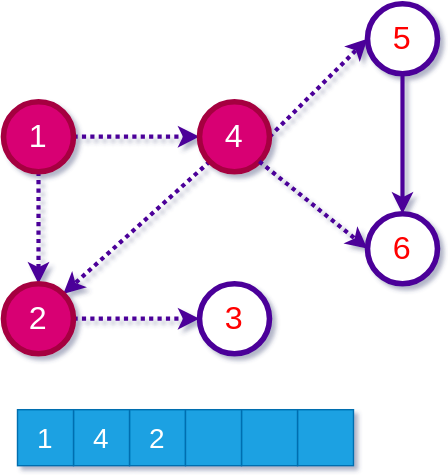
The draw.io diagram docs/week-10/assets/ce100-week-10-graphs-topological-topo-bfs-3.drawio.svg in ucoruh/ce100-algorithms-and-programming-II, before a commit. Source tidied: cells renumbered, new cells last; positions are measured from the earlier drawing's top-left corner, leaving out a move shared by most shapes.
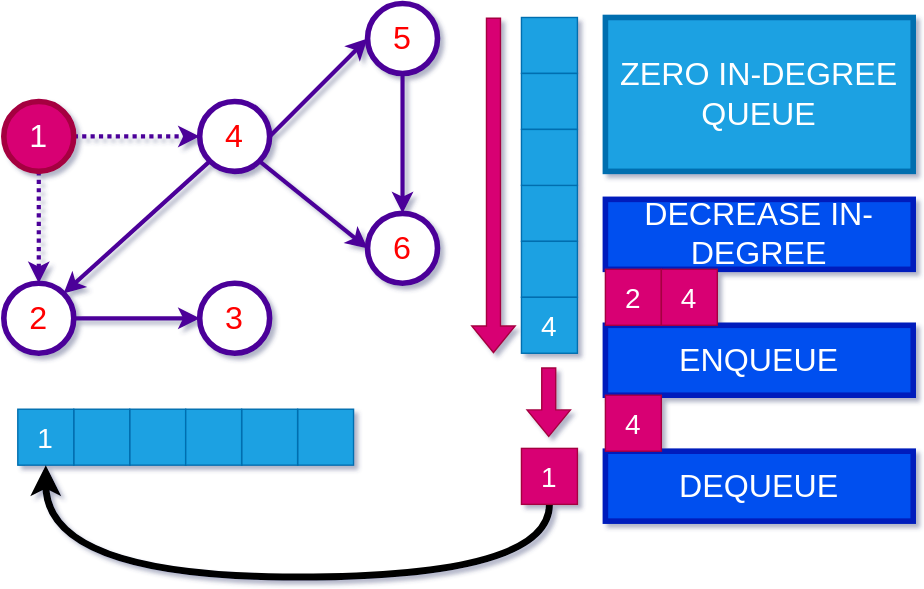
The same diagram one commit later.

Diff of the diagram source:
```diff
@@ -1,63 +1,125 @@
 <mxGraphModel>
   <root>
-    <mxCell id="0" />
-    <mxCell id="1" parent="0" />
-    <mxCell id="2" style="edgeStyle=none;shape=connector;rounded=0;jettySize=auto;html=1;exitX=0.5;exitY=1;exitDx=0;exitDy=0;entryX=0.5;entryY=0;entryDx=0;entryDy=0;labelBackgroundColor=default;fontFamily=Helvetica;fontSize=23;fontColor=#FF0000;endArrow=classic;endFill=1;strokeColor=#4C0099;strokeWidth=3;dashed=1;dashPattern=1 1;" parent="1" edge="1" source="4" target="12">
-      <mxGeometry relative="1" as="geometry" />
-    </mxCell>
-    <mxCell id="3" style="edgeStyle=none;shape=connector;rounded=0;jettySize=auto;html=1;exitX=1;exitY=0.5;exitDx=0;exitDy=0;labelBackgroundColor=default;fontFamily=Helvetica;fontSize=23;fontColor=#FF0000;endArrow=classic;endFill=1;strokeColor=#4C0099;strokeWidth=3;dashed=1;dashPattern=1 1;" parent="1" edge="1" source="4" target="7">
-      <mxGeometry relative="1" as="geometry" />
-    </mxCell>
+    <mxCell id="21" />
+    <mxCell id="22" parent="21" />
+    <mxCell id="23" style="edgeStyle=none;shape=connector;rounded=0;jettySize=auto;html=1;exitX=0.5;exitY=1;exitDx=0;exitDy=0;entryX=0.5;entryY=0;entryDx=0;entryDy=0;labelBackgroundColor=default;fontFamily=Helvetica;fontSize=23;fontColor=#FF0000;endArrow=classic;endFill=1;strokeColor=#4C0099;strokeWidth=3;dashed=1;dashPattern=1 1;" parent="22" edge="1" source="4" target="30">
+      <mxGeometry relative="1" as="geometry" />
+    </mxCell>
+    <mxCell id="24" style="edgeStyle=none;shape=connector;rounded=0;jettySize=auto;html=1;exitX=1;exitY=0.5;exitDx=0;exitDy=0;labelBackgroundColor=default;fontFamily=Helvetica;fontSize=23;fontColor=#FF0000;endArrow=classic;endFill=1;strokeColor=#4C0099;strokeWidth=3;dashed=1;dashPattern=1 1;" parent="22" edge="1" source="4" target="27">
+      <mxGeometry relative="1" as="geometry" />
+    </mxCell>
-    <mxCell id="4" value="1" style="ellipse;whiteSpace=wrap;html=1;fontSize=23;fontColor=#ffffff;strokeColor=#A50040;strokeWidth=4;fillColor=#d80073;" parent="1" vertex="1">
+    <mxCell id="4" value="1" style="ellipse;whiteSpace=wrap;html=1;fontSize=23;fontColor=#ffffff;strokeColor=#A50040;strokeWidth=4;fillColor=#d80073;" parent="22" vertex="1">
       <mxGeometry y="70" width="50" height="50" as="geometry" />
     </mxCell>
-    <mxCell id="5" style="edgeStyle=none;shape=connector;rounded=0;jettySize=auto;html=1;exitX=1;exitY=0.5;exitDx=0;exitDy=0;entryX=0;entryY=0.5;entryDx=0;entryDy=0;labelBackgroundColor=default;fontFamily=Helvetica;fontSize=23;fontColor=#FF0000;endArrow=classic;endFill=1;strokeColor=#4C0099;strokeWidth=3;dashed=1;dashPattern=1 1;" parent="1" edge="1" source="7" target="14">
-      <mxGeometry relative="1" as="geometry" />
-    </mxCell>
-    <mxCell id="6" style="rounded=0;jettySize=auto;html=1;exitX=0;exitY=1;exitDx=0;exitDy=0;entryX=1;entryY=0;entryDx=0;entryDy=0;fontSize=23;strokeColor=#4C0099;fontColor=#FF0000;endFill=1;strokeWidth=3;dashed=1;dashPattern=1 1;" parent="1" edge="1" source="7" target="12">
-      <mxGeometry relative="1" as="geometry" />
-    </mxCell>
-    <mxCell id="7" value="4" style="ellipse;whiteSpace=wrap;html=1;fontSize=23;fontColor=#ffffff;strokeColor=#A50040;strokeWidth=4;fillColor=#d80073;" parent="1" vertex="1">
-      <mxGeometry x="140" y="70" width="50" height="50" as="geometry" />
-    </mxCell>
+    <mxCell id="25" style="edgeStyle=none;shape=connector;rounded=0;jettySize=auto;html=1;exitX=1;exitY=0.5;exitDx=0;exitDy=0;entryX=0;entryY=0.5;entryDx=0;entryDy=0;labelBackgroundColor=default;fontFamily=Helvetica;fontSize=23;fontColor=#FF0000;endArrow=classic;endFill=1;strokeColor=#4C0099;strokeWidth=3;" parent="22" edge="1" source="27" target="14">
+      <mxGeometry relative="1" as="geometry" />
+    </mxCell>
+    <mxCell id="26" style="rounded=0;jettySize=auto;html=1;exitX=0;exitY=1;exitDx=0;exitDy=0;entryX=1;entryY=0;entryDx=0;entryDy=0;fontSize=23;strokeColor=#4C0099;fontColor=#FF0000;endFill=1;strokeWidth=3;" parent="22" edge="1" source="27" target="30">
+      <mxGeometry relative="1" as="geometry" />
+    </mxCell>
+    <mxCell id="27" value="4" style="ellipse;whiteSpace=wrap;html=1;fontSize=23;fontColor=#FF0000;strokeColor=#4C0099;strokeWidth=4;" parent="22" vertex="1">
+      <mxGeometry x="140" y="70" width="50" height="50" as="geometry" />
+    </mxCell>
-    <mxCell id="8" value="6" style="ellipse;whiteSpace=wrap;html=1;fontSize=23;fontColor=#FF0000;strokeColor=#4C0099;strokeWidth=4;" parent="1" vertex="1">
+    <mxCell id="8" value="6" style="ellipse;whiteSpace=wrap;html=1;fontSize=23;fontColor=#FF0000;strokeColor=#4C0099;strokeWidth=4;" parent="22" vertex="1">
       <mxGeometry x="260" y="150" width="50" height="50" as="geometry" />
     </mxCell>
-    <mxCell id="9" style="edgeStyle=none;shape=connector;rounded=0;jettySize=auto;html=1;exitX=1;exitY=1;exitDx=0;exitDy=0;entryX=0;entryY=0.5;entryDx=0;entryDy=0;labelBackgroundColor=default;fontFamily=Helvetica;fontSize=23;fontColor=#FF0000;endArrow=classic;endFill=1;strokeColor=#4C0099;strokeWidth=3;dashed=1;dashPattern=1 1;" parent="1" edge="1" source="7" target="8">
-      <mxGeometry relative="1" as="geometry" />
-    </mxCell>
+    <mxCell id="28" style="edgeStyle=none;shape=connector;rounded=0;jettySize=auto;html=1;exitX=1;exitY=1;exitDx=0;exitDy=0;entryX=0;entryY=0.5;entryDx=0;entryDy=0;labelBackgroundColor=default;fontFamily=Helvetica;fontSize=23;fontColor=#FF0000;endArrow=classic;endFill=1;strokeColor=#4C0099;strokeWidth=3;" parent="22" edge="1" source="27" target="8">
+      <mxGeometry relative="1" as="geometry" />
+    </mxCell>
-    <mxCell id="10" value="3" style="ellipse;whiteSpace=wrap;html=1;fontSize=23;fontColor=#FF0000;strokeColor=#4C0099;strokeWidth=4;" parent="1" vertex="1">
+    <mxCell id="10" value="3" style="ellipse;whiteSpace=wrap;html=1;fontSize=23;fontColor=#FF0000;strokeColor=#4C0099;strokeWidth=4;" parent="22" vertex="1">
       <mxGeometry x="140" y="200" width="50" height="50" as="geometry" />
     </mxCell>
-    <mxCell id="11" style="edgeStyle=none;shape=connector;rounded=0;jettySize=auto;html=1;exitX=1;exitY=0.5;exitDx=0;exitDy=0;labelBackgroundColor=default;fontFamily=Helvetica;fontSize=23;fontColor=#FF0000;endArrow=classic;endFill=1;strokeColor=#4C0099;strokeWidth=3;dashed=1;dashPattern=1 1;" parent="1" edge="1" source="12" target="10">
-      <mxGeometry relative="1" as="geometry" />
-    </mxCell>
-    <mxCell id="12" value="2" style="ellipse;whiteSpace=wrap;html=1;fontSize=23;fontColor=#ffffff;strokeColor=#A50040;strokeWidth=4;fillColor=#d80073;" parent="1" vertex="1">
-      <mxGeometry y="200" width="50" height="50" as="geometry" />
-    </mxCell>
+    <mxCell id="29" style="edgeStyle=none;shape=connector;rounded=0;jettySize=auto;html=1;exitX=1;exitY=0.5;exitDx=0;exitDy=0;labelBackgroundColor=default;fontFamily=Helvetica;fontSize=23;fontColor=#FF0000;endArrow=classic;endFill=1;strokeColor=#4C0099;strokeWidth=3;" parent="22" edge="1" source="30" target="10">
+      <mxGeometry relative="1" as="geometry" />
+    </mxCell>
+    <mxCell id="30" value="2" style="ellipse;whiteSpace=wrap;html=1;fontSize=23;fontColor=#FF0000;strokeColor=#4C0099;strokeWidth=4;" parent="22" vertex="1">
+      <mxGeometry y="200" width="50" height="50" as="geometry" />
+    </mxCell>
-    <mxCell id="13" style="edgeStyle=orthogonalEdgeStyle;rounded=0;jettySize=auto;html=1;exitX=0.5;exitY=1;exitDx=0;exitDy=0;fontSize=23;strokeColor=#4C0099;fontColor=#FF0000;endFill=1;strokeWidth=3;" parent="1" edge="1" source="14" target="8">
+    <mxCell id="13" style="edgeStyle=orthogonalEdgeStyle;rounded=0;jettySize=auto;html=1;exitX=0.5;exitY=1;exitDx=0;exitDy=0;fontSize=23;strokeColor=#4C0099;fontColor=#FF0000;endFill=1;strokeWidth=3;" parent="22" edge="1" source="14" target="8">
       <mxGeometry relative="1" as="geometry" />
     </mxCell>
-    <mxCell id="14" value="5" style="ellipse;whiteSpace=wrap;html=1;fontSize=23;fontColor=#FF0000;strokeColor=#4C0099;strokeWidth=4;" parent="1" vertex="1">
+    <mxCell id="14" value="5" style="ellipse;whiteSpace=wrap;html=1;fontSize=23;fontColor=#FF0000;strokeColor=#4C0099;strokeWidth=4;" parent="22" vertex="1">
       <mxGeometry x="260" width="50" height="50" as="geometry" />
     </mxCell>
-    <mxCell id="15" value="2" style="rounded=0;whiteSpace=wrap;html=1;fillColor=#1ba1e2;fontColor=#ffffff;strokeColor=#006EAF;fontSize=20;" parent="1" vertex="1">
-      <mxGeometry x="90" y="290" width="40" height="40" as="geometry" />
-    </mxCell>
-    <mxCell id="16" value="4" style="rounded=0;whiteSpace=wrap;html=1;fillColor=#1ba1e2;fontColor=#ffffff;strokeColor=#006EAF;fontSize=20;" parent="1" vertex="1">
-      <mxGeometry x="50" y="290" width="40" height="40" as="geometry" />
-    </mxCell>
+    <mxCell id="31" style="rounded=0;whiteSpace=wrap;html=1;fillColor=#1ba1e2;fontColor=#ffffff;strokeColor=#006EAF;fontSize=20;" parent="22" vertex="1">
+      <mxGeometry x="90" y="290" width="40" height="40" as="geometry" />
+    </mxCell>
+    <mxCell id="32" style="rounded=0;whiteSpace=wrap;html=1;fillColor=#1ba1e2;fontColor=#ffffff;strokeColor=#006EAF;fontSize=20;" parent="22" vertex="1">
+      <mxGeometry x="50" y="290" width="40" height="40" as="geometry" />
+    </mxCell>
-    <mxCell id="17" value="1" style="rounded=0;whiteSpace=wrap;html=1;fillColor=#1ba1e2;fontColor=#ffffff;strokeColor=#006EAF;fontSize=20;" parent="1" vertex="1">
+    <mxCell id="17" value="1" style="rounded=0;whiteSpace=wrap;html=1;fillColor=#1ba1e2;fontColor=#ffffff;strokeColor=#006EAF;fontSize=20;" parent="22" vertex="1">
       <mxGeometry x="10" y="290" width="40" height="40" as="geometry" />
     </mxCell>
-    <mxCell id="18" style="rounded=0;whiteSpace=wrap;html=1;fillColor=#1ba1e2;fontColor=#ffffff;strokeColor=#006EAF;fontSize=20;" parent="1" vertex="1">
+    <mxCell id="18" style="rounded=0;whiteSpace=wrap;html=1;fillColor=#1ba1e2;fontColor=#ffffff;strokeColor=#006EAF;fontSize=20;" parent="22" vertex="1">
       <mxGeometry x="210" y="290" width="40" height="40" as="geometry" />
     </mxCell>
-    <mxCell id="19" style="rounded=0;whiteSpace=wrap;html=1;fillColor=#1ba1e2;fontColor=#ffffff;strokeColor=#006EAF;fontSize=20;" parent="1" vertex="1">
+    <mxCell id="19" style="rounded=0;whiteSpace=wrap;html=1;fillColor=#1ba1e2;fontColor=#ffffff;strokeColor=#006EAF;fontSize=20;" parent="22" vertex="1">
       <mxGeometry x="170" y="290" width="40" height="40" as="geometry" />
     </mxCell>
-    <mxCell id="20" style="rounded=0;whiteSpace=wrap;html=1;fillColor=#1ba1e2;fontColor=#ffffff;strokeColor=#006EAF;fontSize=20;" parent="1" vertex="1">
+    <mxCell id="20" style="rounded=0;whiteSpace=wrap;html=1;fillColor=#1ba1e2;fontColor=#ffffff;strokeColor=#006EAF;fontSize=20;" parent="22" vertex="1">
       <mxGeometry x="130" y="290" width="40" height="40" as="geometry" />
     </mxCell>
+    <mxCell id="33" value="ZERO IN-DEGREE QUEUE" style="text;html=1;strokeColor=#006EAF;fillColor=#1ba1e2;align=center;verticalAlign=middle;whiteSpace=wrap;rounded=0;fontColor=#ffffff;fontSize=23;strokeWidth=4;" parent="22" vertex="1">
+      <mxGeometry x="430" y="10" width="220" height="110" as="geometry" />
+    </mxCell>
+    <mxCell id="34" style="rounded=0;whiteSpace=wrap;html=1;fillColor=#1ba1e2;fontColor=#ffffff;strokeColor=#006EAF;fontSize=20;" parent="22" vertex="1">
+      <mxGeometry x="370" y="130" width="40" height="40" as="geometry" />
+    </mxCell>
+    <mxCell id="35" style="rounded=0;whiteSpace=wrap;html=1;fillColor=#1ba1e2;fontColor=#ffffff;strokeColor=#006EAF;fontSize=20;" parent="22" vertex="1">
+      <mxGeometry x="370" y="170" width="40" height="40" as="geometry" />
+    </mxCell>
+    <mxCell id="16" value="4" style="rounded=0;whiteSpace=wrap;html=1;fillColor=#1ba1e2;fontColor=#ffffff;strokeColor=#006EAF;fontSize=20;" parent="22" vertex="1">
+      <mxGeometry x="370" y="210" width="40" height="40" as="geometry" />
+    </mxCell>
+    <mxCell id="36" style="rounded=0;whiteSpace=wrap;html=1;fillColor=#1ba1e2;fontColor=#ffffff;strokeColor=#006EAF;fontSize=20;" parent="22" vertex="1">
+      <mxGeometry x="370" y="10" width="40" height="40" as="geometry" />
+    </mxCell>
+    <mxCell id="37" style="rounded=0;whiteSpace=wrap;html=1;fillColor=#1ba1e2;fontColor=#ffffff;strokeColor=#006EAF;fontSize=20;" parent="22" vertex="1">
+      <mxGeometry x="370" y="50" width="40" height="40" as="geometry" />
+    </mxCell>
+    <mxCell id="38" style="rounded=0;whiteSpace=wrap;html=1;fillColor=#1ba1e2;fontColor=#ffffff;strokeColor=#006EAF;fontSize=20;" parent="22" vertex="1">
+      <mxGeometry x="370" y="90" width="40" height="40" as="geometry" />
+    </mxCell>
+    <mxCell id="39" style="shape=flexArrow;endArrow=classic;html=1;rounded=0;fillColor=#d80073;strokeColor=#A50040;" parent="22" edge="1">
+      <mxGeometry relative="1" as="geometry">
+        <mxPoint x="350" y="10" as="sourcePoint" />
+        <mxPoint x="350" y="250" as="targetPoint" />
+      </mxGeometry>
+    </mxCell>
+    <mxCell id="40" style="edgeStyle=orthogonalEdgeStyle;rounded=0;jettySize=auto;html=1;exitX=0.5;exitY=1;exitDx=0;exitDy=0;entryX=0.5;entryY=1;entryDx=0;entryDy=0;curved=1;strokeWidth=5;" parent="22" edge="1" source="41" target="17">
+      <mxGeometry relative="1" as="geometry">
+        <Array as="points">
+          <mxPoint x="390" y="410" />
+          <mxPoint x="30" y="410" />
+        </Array>
+      </mxGeometry>
+    </mxCell>
+    <mxCell id="41" value="1" style="rounded=0;whiteSpace=wrap;html=1;fillColor=#d80073;fontColor=#ffffff;strokeColor=#A50040;fontSize=20;" parent="22" vertex="1">
+      <mxGeometry x="370" y="318" width="40" height="40" as="geometry" />
+    </mxCell>
+    <mxCell id="42" style="shape=flexArrow;endArrow=classic;html=1;rounded=0;fillColor=#d80073;strokeColor=#A50040;" parent="22" edge="1">
+      <mxGeometry relative="1" as="geometry">
+        <mxPoint x="389.5" y="260" as="sourcePoint" />
+        <mxPoint x="389.5" y="310" as="targetPoint" />
+      </mxGeometry>
+    </mxCell>
+    <mxCell id="43" value="DECREASE IN-DEGREE" style="text;html=1;strokeColor=#001DBC;fillColor=#0050ef;align=center;verticalAlign=middle;whiteSpace=wrap;rounded=0;fontColor=#ffffff;fontSize=23;strokeWidth=4;" parent="22" vertex="1">
+      <mxGeometry x="430" y="140" width="220" height="50" as="geometry" />
+    </mxCell>
+    <mxCell id="44" value="ENQUEUE" style="text;html=1;strokeColor=#001DBC;fillColor=#0050ef;align=center;verticalAlign=middle;whiteSpace=wrap;rounded=0;fontColor=#ffffff;fontSize=23;strokeWidth=4;" parent="22" vertex="1">
+      <mxGeometry x="430" y="230" width="220" height="50" as="geometry" />
+    </mxCell>
+    <mxCell id="45" value="DEQUEUE" style="text;html=1;strokeColor=#001DBC;fillColor=#0050ef;align=center;verticalAlign=middle;whiteSpace=wrap;rounded=0;fontColor=#ffffff;fontSize=23;strokeWidth=4;" parent="22" vertex="1">
+      <mxGeometry x="430" y="320" width="220" height="50" as="geometry" />
+    </mxCell>
+    <mxCell id="46" value="2" style="rounded=0;whiteSpace=wrap;html=1;fillColor=#d80073;fontColor=#ffffff;strokeColor=#A50040;fontSize=20;" parent="22" vertex="1">
+      <mxGeometry x="430" y="190" width="40" height="40" as="geometry" />
+    </mxCell>
+    <mxCell id="47" value="4" style="rounded=0;whiteSpace=wrap;html=1;fillColor=#d80073;fontColor=#ffffff;strokeColor=#A50040;fontSize=20;" parent="22" vertex="1">
+      <mxGeometry x="470" y="190" width="40" height="40" as="geometry" />
+    </mxCell>
+    <mxCell id="48" value="4" style="rounded=0;whiteSpace=wrap;html=1;fillColor=#d80073;fontColor=#ffffff;strokeColor=#A50040;fontSize=20;" parent="22" vertex="1">
+      <mxGeometry x="430" y="280" width="40" height="40" as="geometry" />
+    </mxCell>
   </root>
 </mxGraphModel>
```
